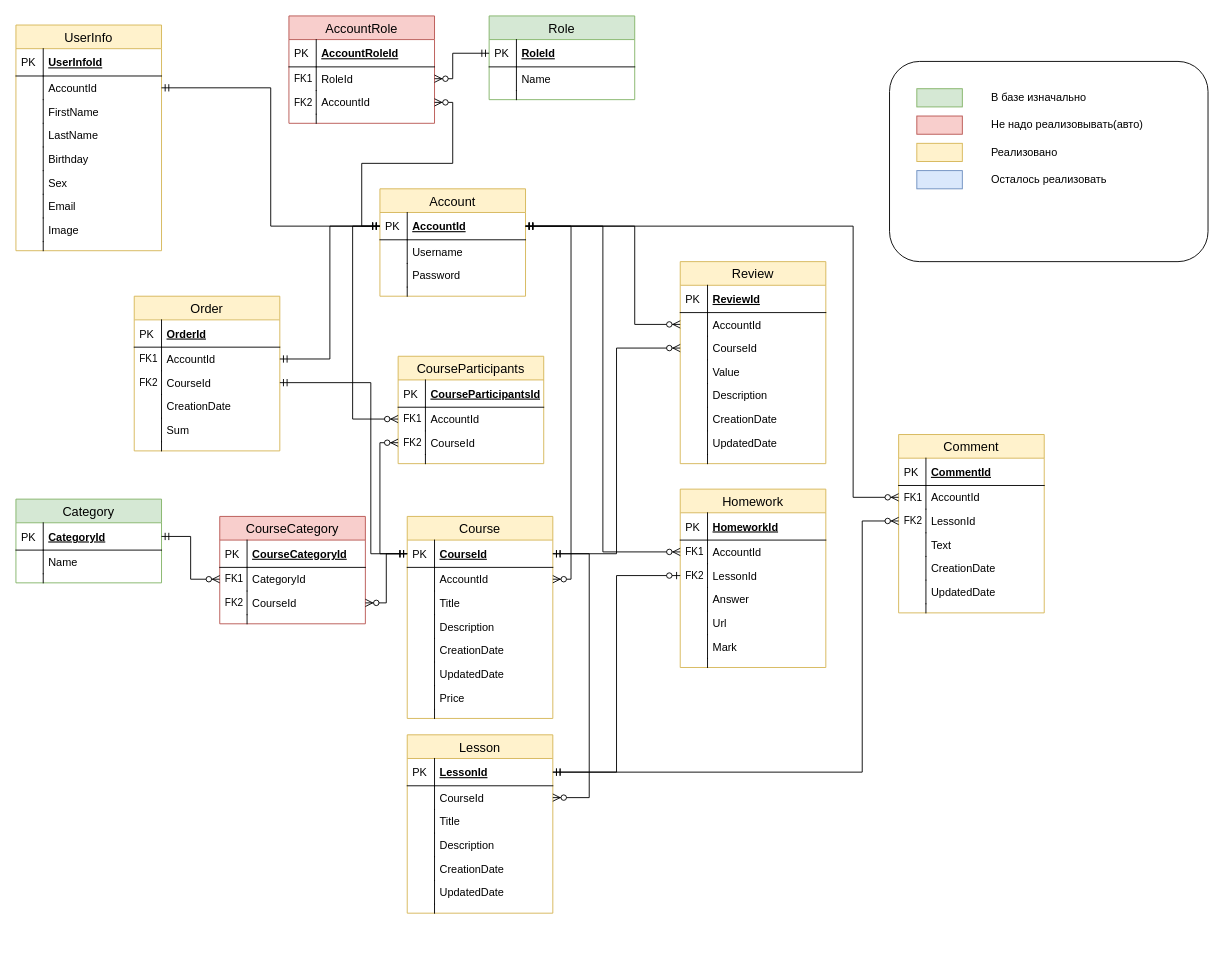
This is EduApp/EduApp.Data/DbScheme/database.drawio from EvgeniyVashinko/EduApp, a draw.io file, before an edit. Source tidied: cells renumbered, new cells numbered last; positions are measured from the earlier drawing's top-left corner, leaving out a move shared by most shapes. Both pictures are drawn from the tidied source at 91%, with x=0, y=0 at pixel (15, 15).
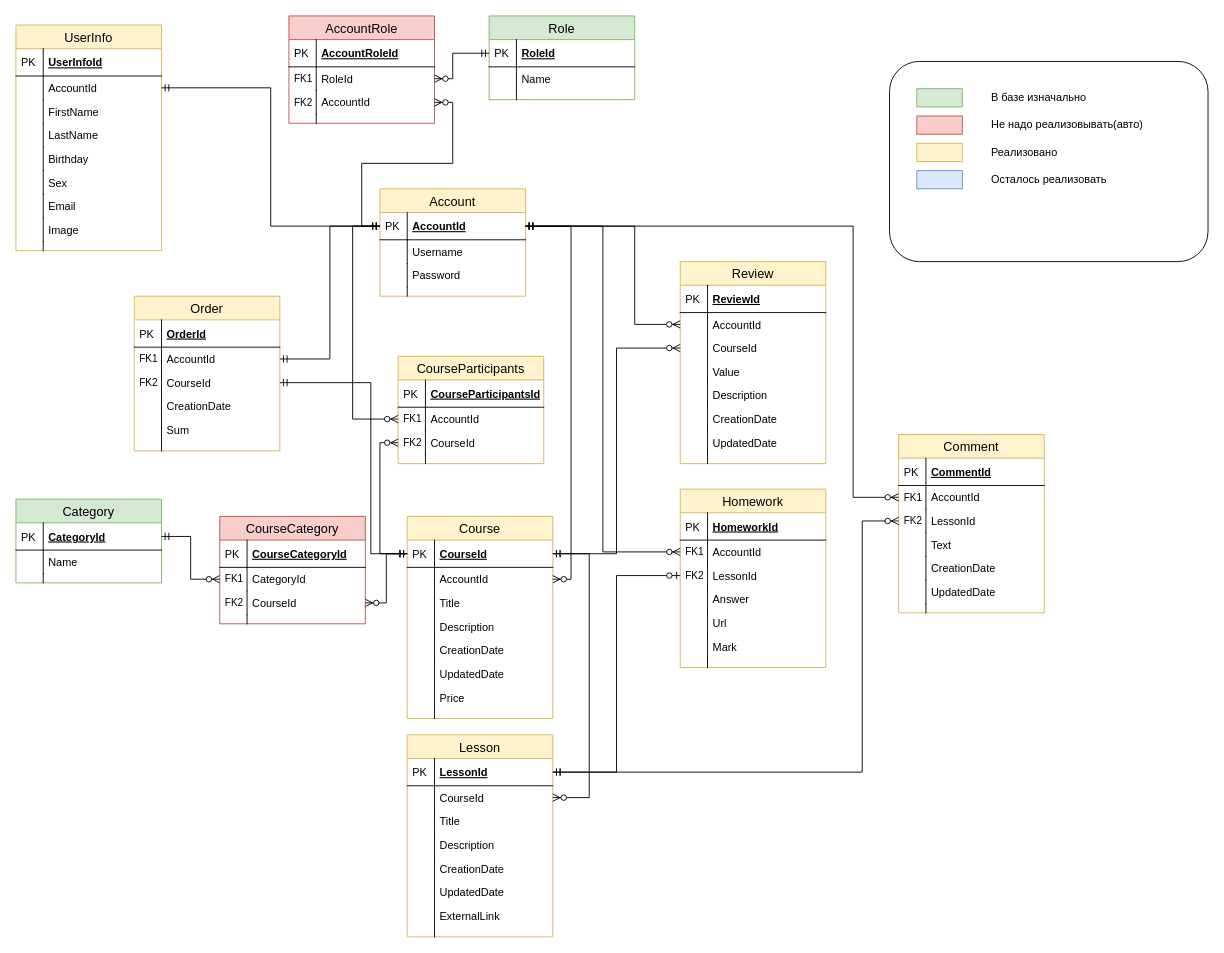
The same page after the edit.

Diff of the diagram source:
```diff
@@
     <mxCell id="37" value="Lesson" style="swimlane;fontStyle=0;horizontal=1;startSize=26;fillColor=#fff2cc;swimlaneFillColor=#ffffff;align=center;fontSize=14;strokeColor=#d6b656;" parent="1" vertex="1">
-      <mxGeometry x="430" y="790" width="160" height="196" as="geometry" />
+      <mxGeometry x="430" y="790" width="160" height="222" as="geometry" />
     </mxCell>
@@
+    <mxCell id="189" value="ExternalLink" style="shape=partialRectangle;top=0;left=0;right=0;bottom=0;align=left;verticalAlign=top;fillColor=none;spacingLeft=34;spacingRight=4;overflow=hidden;fontSize=12;" parent="37" vertex="1">
+      <mxGeometry y="186" width="160" height="26" as="geometry" />
+    </mxCell>
+    <mxCell id="190" style="shape=partialRectangle;top=0;left=0;bottom=0;fillColor=none;align=left;verticalAlign=top;spacingLeft=4;spacingRight=4;overflow=hidden;fontSize=12;" parent="189" vertex="1">
+      <mxGeometry width="30" height="26" as="geometry" />
+    </mxCell>
     <mxCell id="50" style="shape=partialRectangle;top=0;left=0;right=0;bottom=0;align=left;verticalAlign=top;fillColor=none;spacingLeft=34;spacingRight=4;overflow=hidden;fontSize=12;" parent="37" vertex="1">
-      <mxGeometry y="186" width="160" height="10" as="geometry" />
+      <mxGeometry y="212" width="160" height="10" as="geometry" />
     </mxCell>
```
